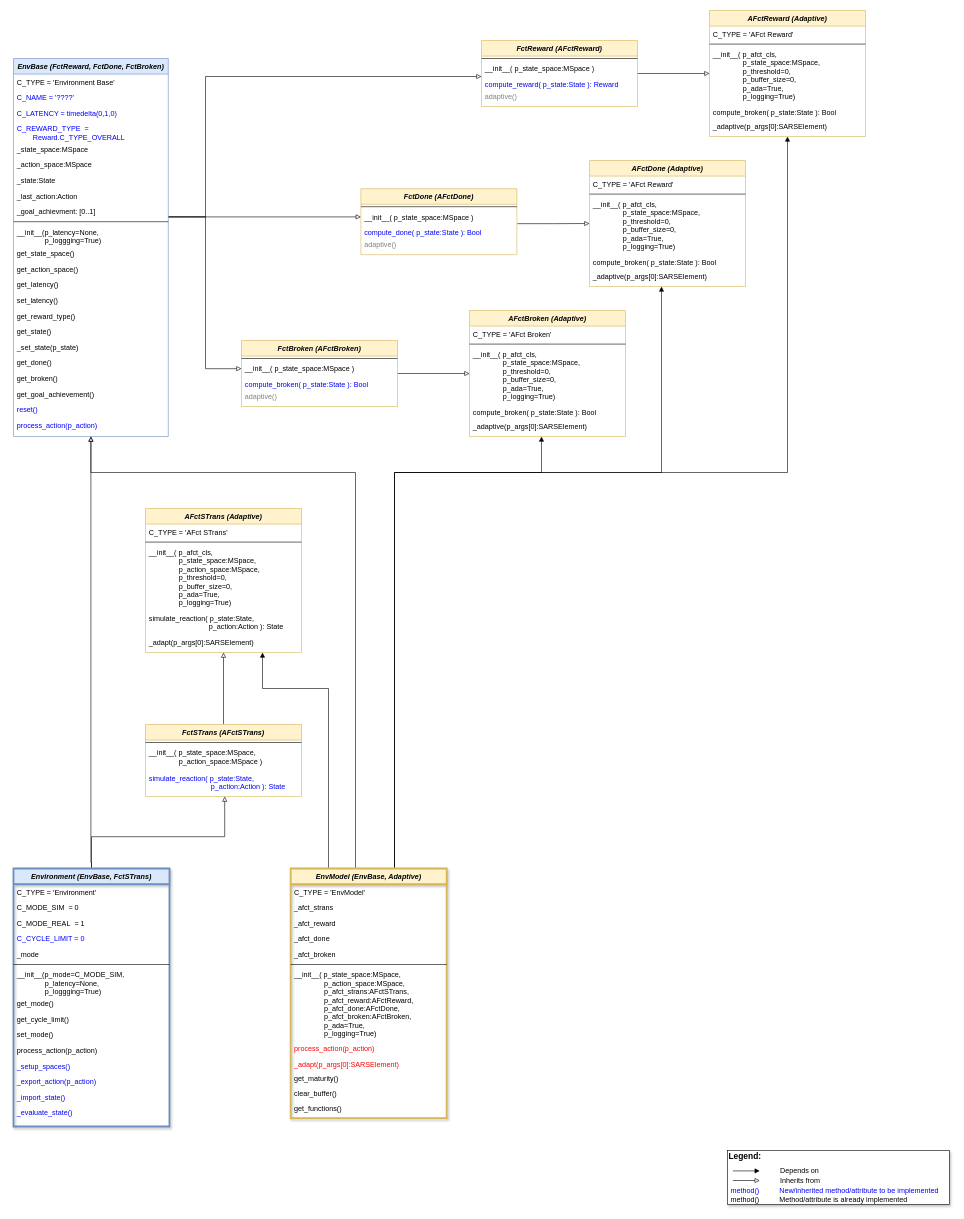
This is doc/rl/uml_rl_env2.drawio from fhswf/MLPro, a draw.io file, before an edit. Source tidied: cells renumbered, new cells numbered last; positions are measured from the earlier drawing's top-left corner, leaving out a move shared by most shapes. Both pictures are drawn from the tidied source at 60%, with x=0, y=0 at pixel (13, 10).
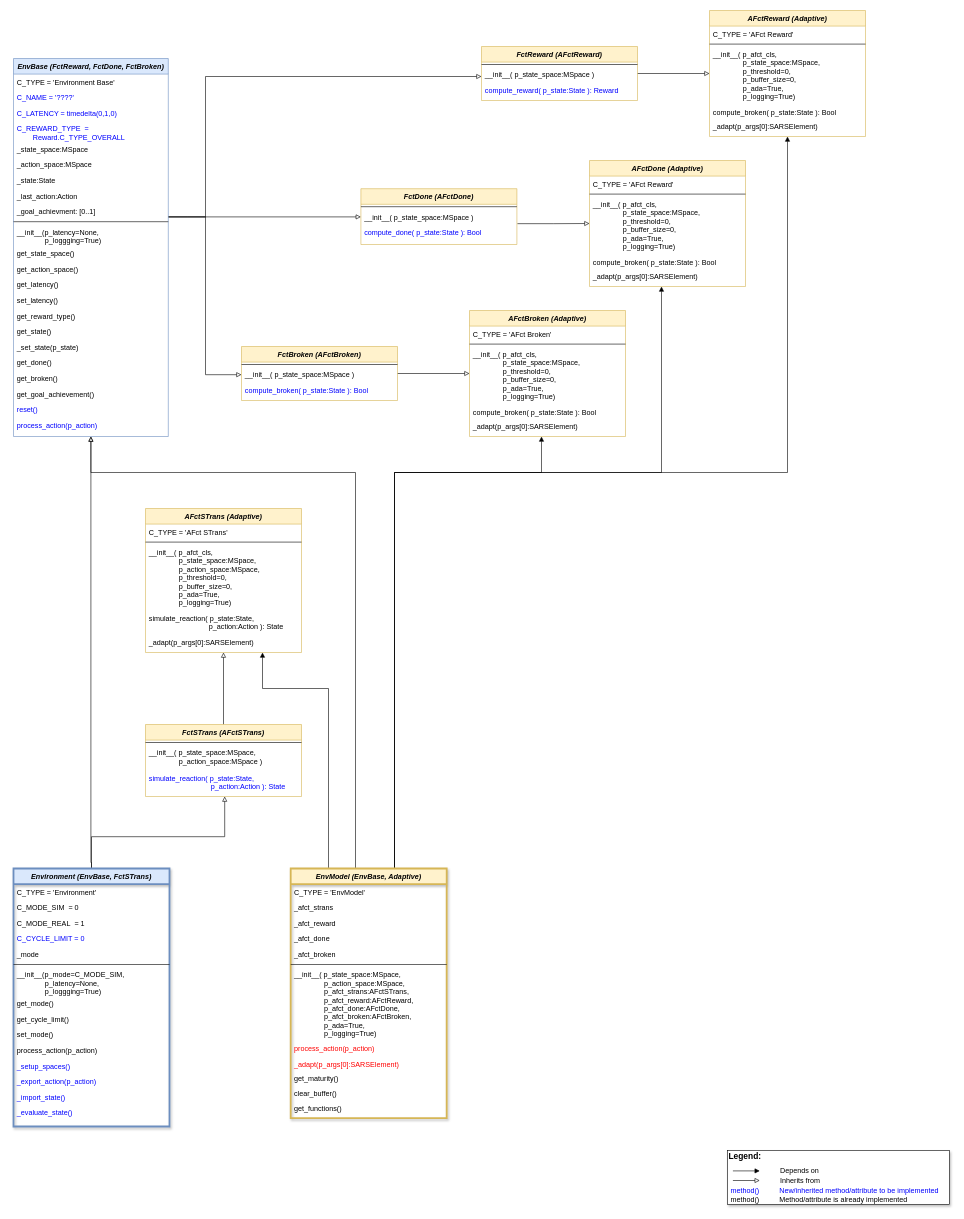
The same diagram, later.

Unchanged cells that the change refers to:
```xml
<mxCell id="45" value="EnvBase (FctReward, FctDone, FctBroken)" style="swimlane;fontStyle=3;align=center;verticalAlign=top;horizontal=1;startSize=26;rounded=0;shadow=0;strokeWidth=1;fillColor=#dae8fc;strokeColor=#6c8ebf;" parent="1" vertex="1">
  <mxGeometry y="80" width="258" height="630" as="geometry" />
</mxCell>
<mxCell id="69" value="AFctReward (Adaptive)" style="swimlane;fontStyle=3;align=center;verticalAlign=top;horizontal=1;startSize=26;rounded=0;shadow=0;strokeWidth=1;fillColor=#fff2cc;strokeColor=#d6b656;" parent="1" vertex="1">
  <mxGeometry x="1160" width="260" height="210" as="geometry" />
</mxCell>
<mxCell id="90" value="__init__( p_state_space:MSpace )" style="text;align=left;verticalAlign=top;spacingLeft=4;spacingRight=4;overflow=hidden;points=[[0,0.5],[1,0.5]];portConstraint=eastwest;" parent="88" vertex="1">
  <mxGeometry y="34" width="260" height="26" as="geometry" />
</mxCell>
<mxCell id="93" value="AFctDone (Adaptive)" style="swimlane;fontStyle=3;align=center;verticalAlign=top;horizontal=1;startSize=26;rounded=0;shadow=0;strokeWidth=1;fillColor=#fff2cc;strokeColor=#d6b656;" parent="1" vertex="1">
  <mxGeometry x="960" y="250" width="260" height="210" as="geometry" />
</mxCell>
<mxCell id="99" value="AFctBroken (Adaptive)" style="swimlane;fontStyle=3;align=center;verticalAlign=top;horizontal=1;startSize=26;rounded=0;shadow=0;strokeWidth=1;fillColor=#fff2cc;strokeColor=#d6b656;" parent="1" vertex="1">
  <mxGeometry x="760" y="500" width="260" height="210" as="geometry" />
</mxCell>
```

Diff of the diagram source:
```diff
@@
     <mxCell id="43" style="edgeStyle=orthogonalEdgeStyle;rounded=0;jettySize=auto;html=1;fontColor=#000000;endArrow=block;endFill=0;entryX=0;entryY=0.5;entryDx=0;entryDy=0;" parent="1" edge="1" source="45" target="90">
       <mxGeometry relative="1" as="geometry">
         <Array as="points">
           <mxPoint x="320" y="344" />
-          <mxPoint x="320" y="597" />
+          <mxPoint x="320" y="607" />
         </Array>
       </mxGeometry>
     </mxCell>
@@
-    <mxCell id="74" value="_adaptive(p_args[0]:SARSElement)" style="text;align=left;verticalAlign=top;spacingLeft=4;spacingRight=4;overflow=hidden;" parent="69" vertex="1">
+    <mxCell id="74" value="_adapt(p_args[0]:SARSElement)" style="text;align=left;verticalAlign=top;spacingLeft=4;spacingRight=4;overflow=hidden;" parent="69" vertex="1">
       <mxGeometry y="180" width="260" height="30" as="geometry" />
     </mxCell>
@@
     <mxCell id="76" value="FctReward (AFctReward)" style="swimlane;fontStyle=3;align=center;verticalAlign=top;horizontal=1;startSize=26;rounded=0;shadow=0;strokeWidth=1;fillColor=#fff2cc;strokeColor=#d6b656;" parent="1" vertex="1">
-      <mxGeometry x="780" y="50" width="260" height="110" as="geometry" />
+      <mxGeometry x="780" y="60" width="260" height="90" as="geometry" />
     </mxCell>
@@
-    <mxCell id="80" value="adaptive()" style="text;align=left;verticalAlign=top;spacingLeft=4;spacingRight=4;overflow=hidden;fontColor=#808080;" parent="76" vertex="1">
-      <mxGeometry y="80" width="260" height="30" as="geometry" />
-    </mxCell>
@@
     <mxCell id="82" value="FctDone (AFctDone)" style="swimlane;fontStyle=3;align=center;verticalAlign=top;horizontal=1;startSize=26;rounded=0;shadow=0;strokeWidth=1;fillColor=#fff2cc;strokeColor=#d6b656;" parent="1" vertex="1">
-      <mxGeometry x="579" y="297" width="260" height="110" as="geometry" />
+      <mxGeometry x="579" y="297" width="260" height="93" as="geometry" />
     </mxCell>
@@
-    <mxCell id="86" value="adaptive()" style="text;align=left;verticalAlign=top;spacingLeft=4;spacingRight=4;overflow=hidden;fontColor=#808080;" parent="82" vertex="1">
-      <mxGeometry y="80" width="260" height="30" as="geometry" />
-    </mxCell>
@@
     <mxCell id="88" value="FctBroken (AFctBroken)" style="swimlane;fontStyle=3;align=center;verticalAlign=top;horizontal=1;startSize=26;rounded=0;shadow=0;strokeWidth=1;fillColor=#fff2cc;strokeColor=#d6b656;" parent="1" vertex="1">
-      <mxGeometry x="380" y="550" width="260" height="110" as="geometry" />
+      <mxGeometry x="380" y="560" width="260" height="90" as="geometry" />
     </mxCell>
@@
-    <mxCell id="92" value="adaptive()" style="text;align=left;verticalAlign=top;spacingLeft=4;spacingRight=4;overflow=hidden;fontColor=#808080;" parent="88" vertex="1">
-      <mxGeometry y="80" width="260" height="30" as="geometry" />
-    </mxCell>
@@
-    <mxCell id="98" value="_adaptive(p_args[0]:SARSElement)" style="text;align=left;verticalAlign=top;spacingLeft=4;spacingRight=4;overflow=hidden;" parent="93" vertex="1">
+    <mxCell id="98" value="_adapt(p_args[0]:SARSElement)" style="text;align=left;verticalAlign=top;spacingLeft=4;spacingRight=4;overflow=hidden;" parent="93" vertex="1">
       <mxGeometry y="180" width="260" height="30" as="geometry" />
     </mxCell>
@@
-    <mxCell id="104" value="_adaptive(p_args[0]:SARSElement)" style="text;align=left;verticalAlign=top;spacingLeft=4;spacingRight=4;overflow=hidden;" parent="99" vertex="1">
+    <mxCell id="104" value="_adapt(p_args[0]:SARSElement)" style="text;align=left;verticalAlign=top;spacingLeft=4;spacingRight=4;overflow=hidden;" parent="99" vertex="1">
       <mxGeometry y="180" width="260" height="30" as="geometry" />
     </mxCell>
```
